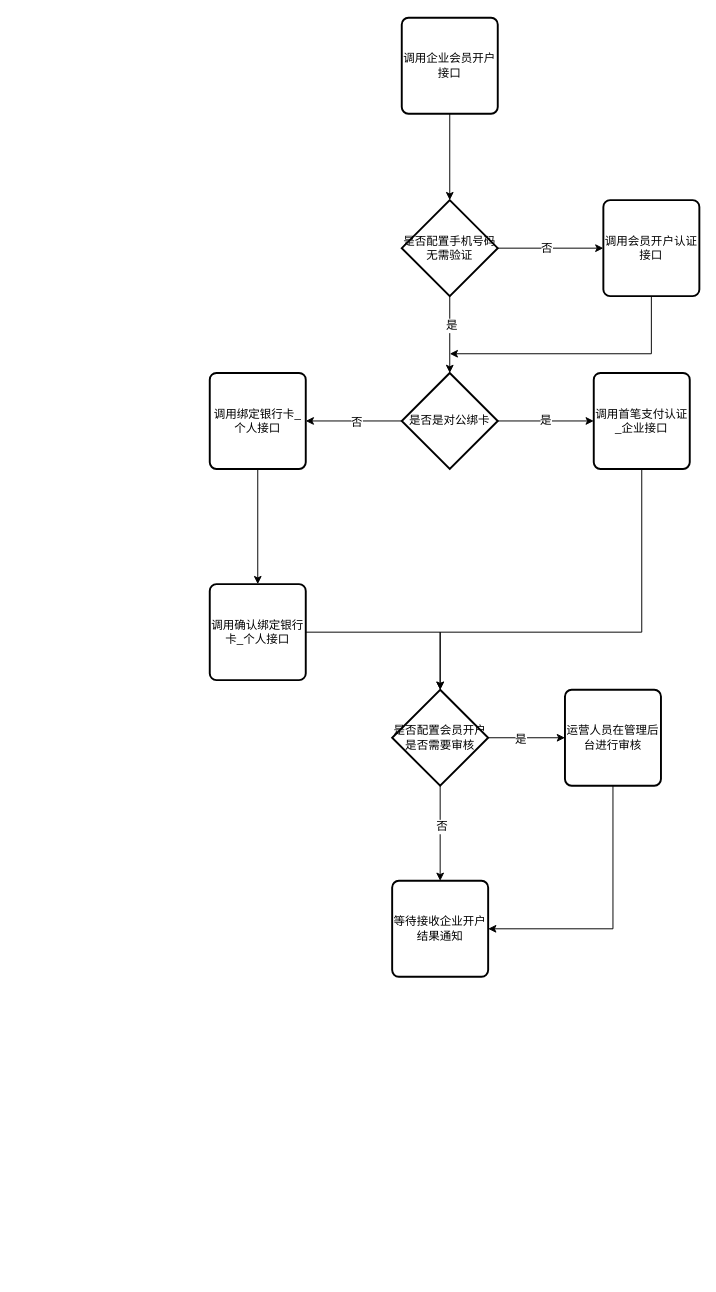
Above: page "企业会员/个体工商户" (2 of 2) of 商户资料-开户流程.drawio in waterStone528/job-lakala (draw.io), before the change. Source tidied: cells renumbered, new cells numbered last; positions are measured from the earlier drawing's top-left corner, leaving out a move shared by most shapes. Both pictures are drawn from the tidied source at 96%, with x=0, y=0 at pixel (209, 17).
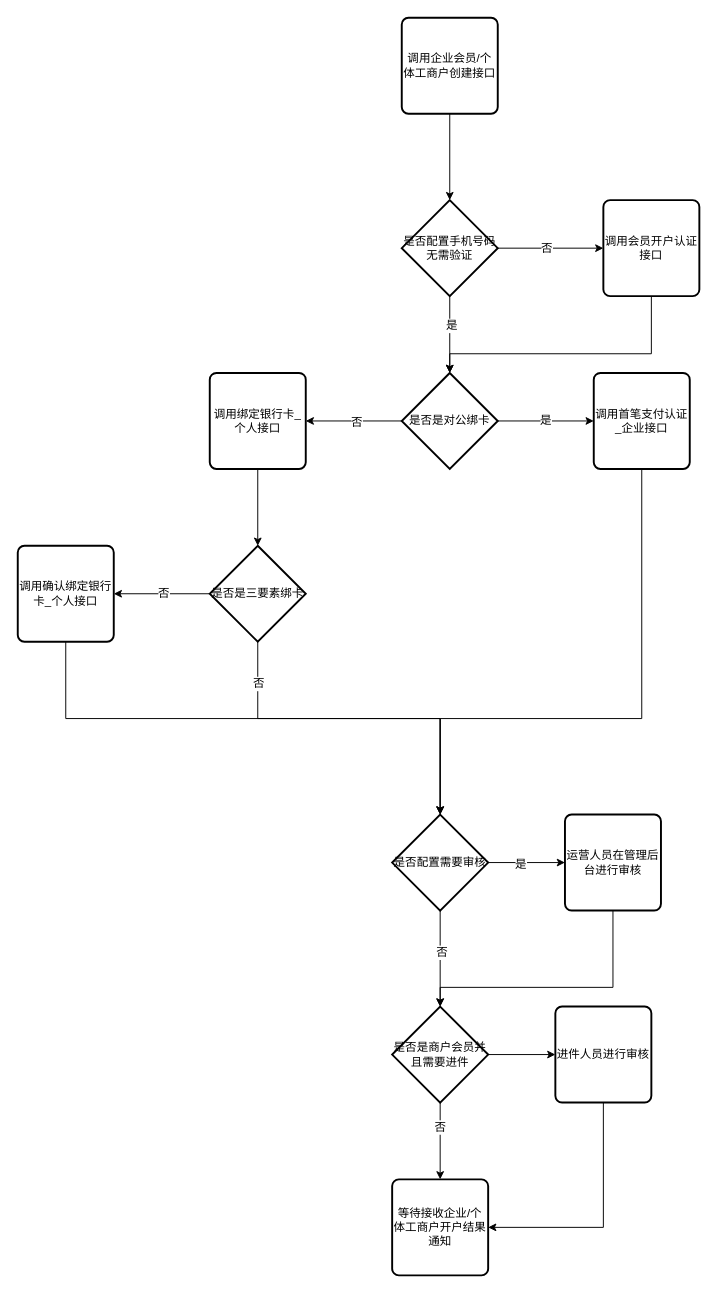
The same page after the edit.

Unchanged cells that the change refers to:
```xml
<mxCell id="13" value="是否是对公绑卡" style="strokeWidth=2;html=1;shape=mxgraph.flowchart.decision;whiteSpace=wrap;" parent="1" vertex="1">
  <mxGeometry x="200" y="370" width="100" height="100" as="geometry" />
</mxCell>
<mxCell id="15" value="调用会员开户认证接口" style="rounded=1;whiteSpace=wrap;html=1;absoluteArcSize=1;arcSize=14;strokeWidth=2;" parent="1" vertex="1">
  <mxGeometry x="410" y="190" width="100" height="100" as="geometry" />
</mxCell>
<mxCell id="17" value="调用绑定银行卡_个人接口" style="rounded=1;whiteSpace=wrap;html=1;absoluteArcSize=1;arcSize=14;strokeWidth=2;" parent="1" vertex="1">
  <mxGeometry y="370" width="100" height="100" as="geometry" />
</mxCell>
<mxCell id="29" value="调用首笔支付认证_企业接口" style="rounded=1;whiteSpace=wrap;html=1;absoluteArcSize=1;arcSize=14;strokeWidth=2;" parent="1" vertex="1">
  <mxGeometry x="400" y="370" width="100" height="100" as="geometry" />
</mxCell>
```

What changed in the source:
```diff
@@
-    <mxCell id="3" value="调用企业会员开户接口" style="rounded=1;whiteSpace=wrap;html=1;absoluteArcSize=1;arcSize=14;strokeWidth=2;" parent="1" vertex="1">
+    <mxCell id="3" value="调用企业会员/个体工商户创建接口" style="rounded=1;whiteSpace=wrap;html=1;absoluteArcSize=1;arcSize=14;strokeWidth=2;" parent="1" vertex="1">
       <mxGeometry x="200" width="100" height="100" as="geometry" />
     </mxCell>
@@
-    <mxCell id="14" style="edgeStyle=orthogonalEdgeStyle;rounded=0;jettySize=auto;html=1;" parent="1" edge="1" source="15">
+    <mxCell id="14" style="edgeStyle=orthogonalEdgeStyle;rounded=0;jettySize=auto;html=1;entryX=0.5;entryY=0;entryDx=0;entryDy=0;entryPerimeter=0;" parent="1" edge="1" source="15" target="13">
       <mxGeometry relative="1" as="geometry">
-        <mxPoint x="250" y="350" as="targetPoint" />
         <Array as="points">
           <mxPoint x="460" y="350" />
           <mxPoint x="250" y="350" />
         </Array>
       </mxGeometry>
     </mxCell>
@@
-    <mxCell id="16" style="edgeStyle=orthogonalEdgeStyle;rounded=0;jettySize=auto;html=1;entryX=0.5;entryY=0;entryDx=0;entryDy=0;" parent="1" edge="1" source="17" target="19">
-      <mxGeometry relative="1" as="geometry" />
-    </mxCell>
+    <mxCell id="30" style="edgeStyle=orthogonalEdgeStyle;rounded=0;jettySize=auto;html=1;" parent="1" edge="1" source="17" target="35">
+      <mxGeometry relative="1" as="geometry" />
+    </mxCell>
@@
     <mxCell id="18" style="edgeStyle=orthogonalEdgeStyle;rounded=0;jettySize=auto;html=1;" parent="1" edge="1" source="19" target="24">
-      <mxGeometry relative="1" as="geometry" />
+      <mxGeometry relative="1" as="geometry">
+        <Array as="points">
+          <mxPoint x="-150" y="730" />
+          <mxPoint x="240" y="730" />
+        </Array>
+      </mxGeometry>
     </mxCell>
     <mxCell id="19" value="调用确认绑定银行卡_个人接口" style="rounded=1;whiteSpace=wrap;html=1;absoluteArcSize=1;arcSize=14;strokeWidth=2;" parent="1" vertex="1">
-      <mxGeometry y="590" width="100" height="100" as="geometry" />
+      <mxGeometry x="-200" y="550" width="100" height="100" as="geometry" />
     </mxCell>
     <mxCell id="20" style="edgeStyle=orthogonalEdgeStyle;rounded=0;jettySize=auto;html=1;" parent="1" edge="1" source="24">
       <mxGeometry relative="1" as="geometry">
-        <mxPoint x="370" y="750" as="targetPoint" />
+        <mxPoint x="370" y="880" as="targetPoint" />
       </mxGeometry>
     </mxCell>
@@
-    <mxCell id="22" style="edgeStyle=orthogonalEdgeStyle;rounded=0;jettySize=auto;html=1;" parent="1" edge="1" source="24" target="27">
+    <mxCell id="22" style="edgeStyle=orthogonalEdgeStyle;rounded=0;jettySize=auto;html=1;entryX=0.5;entryY=0;entryDx=0;entryDy=0;entryPerimeter=0;" parent="1" edge="1" source="24" target="39">
       <mxGeometry relative="1" as="geometry" />
     </mxCell>
@@
-    <mxCell id="24" value="是否配置会员开户是否需要审核" style="strokeWidth=2;html=1;shape=mxgraph.flowchart.decision;whiteSpace=wrap;" parent="1" vertex="1">
-      <mxGeometry x="190" y="700" width="100" height="100" as="geometry" />
+    <mxCell id="24" value="是否配置需要审核" style="strokeWidth=2;html=1;shape=mxgraph.flowchart.decision;whiteSpace=wrap;" parent="1" vertex="1">
+      <mxGeometry x="190" y="830" width="100" height="100" as="geometry" />
     </mxCell>
-    <mxCell id="25" style="edgeStyle=orthogonalEdgeStyle;rounded=0;jettySize=auto;html=1;entryX=1;entryY=0.5;entryDx=0;entryDy=0;" parent="1" edge="1" source="26" target="27">
+    <mxCell id="25" style="edgeStyle=orthogonalEdgeStyle;rounded=0;jettySize=auto;html=1;entryX=0.5;entryY=0;entryDx=0;entryDy=0;entryPerimeter=0;" parent="1" edge="1" source="26" target="39">
       <mxGeometry relative="1" as="geometry">
         <Array as="points">
-          <mxPoint x="420" y="949" />
+          <mxPoint x="420" y="1010" />
+          <mxPoint x="240" y="1010" />
         </Array>
       </mxGeometry>
     </mxCell>
     <mxCell id="26" value="运营人员在管理后台进行审核" style="rounded=1;whiteSpace=wrap;html=1;absoluteArcSize=1;arcSize=14;strokeWidth=2;" parent="1" vertex="1">
-      <mxGeometry x="370" y="700" width="100" height="100" as="geometry" />
+      <mxGeometry x="370" y="830" width="100" height="100" as="geometry" />
     </mxCell>
-    <mxCell id="27" value="等待接收企业开户结果通知" style="rounded=1;whiteSpace=wrap;html=1;absoluteArcSize=1;arcSize=14;strokeWidth=2;" parent="1" vertex="1">
-      <mxGeometry x="190" y="899" width="100" height="100" as="geometry" />
+    <mxCell id="27" value="等待接收企业/个体工商户开户结果通知" style="rounded=1;whiteSpace=wrap;html=1;absoluteArcSize=1;arcSize=14;strokeWidth=2;" parent="1" vertex="1">
+      <mxGeometry x="190" y="1210" width="100" height="100" as="geometry" />
     </mxCell>
     <mxCell id="28" style="edgeStyle=orthogonalEdgeStyle;rounded=0;jettySize=auto;html=1;entryX=0.5;entryY=0;entryDx=0;entryDy=0;entryPerimeter=0;" parent="1" edge="1" source="29" target="24">
       <mxGeometry relative="1" as="geometry">
         <Array as="points">
-          <mxPoint x="450" y="640" />
-          <mxPoint x="240" y="640" />
+          <mxPoint x="450" y="730" />
+          <mxPoint x="240" y="730" />
         </Array>
       </mxGeometry>
     </mxCell>
@@
+    <mxCell id="31" style="edgeStyle=orthogonalEdgeStyle;rounded=0;jettySize=auto;html=1;entryX=1;entryY=0.5;entryDx=0;entryDy=0;" parent="1" edge="1" source="35" target="19">
+      <mxGeometry relative="1" as="geometry" />
+    </mxCell>
+    <mxCell id="32" value="否" style="text;html=1;align=center;verticalAlign=middle;labelBackgroundColor=#ffffff;" parent="31" vertex="1">
+      <mxGeometry x="-0.02" y="-1" relative="1" as="geometry" />
+    </mxCell>
+    <mxCell id="33" style="edgeStyle=orthogonalEdgeStyle;rounded=0;jettySize=auto;html=1;entryX=0.5;entryY=0;entryDx=0;entryDy=0;entryPerimeter=0;" parent="1" edge="1" source="35" target="24">
+      <mxGeometry relative="1" as="geometry">
+        <Array as="points">
+          <mxPoint x="50" y="730" />
+          <mxPoint x="240" y="730" />
+        </Array>
+      </mxGeometry>
+    </mxCell>
+    <mxCell id="34" value="否" style="text;html=1;align=center;verticalAlign=middle;labelBackgroundColor=#ffffff;" parent="33" vertex="1">
+      <mxGeometry x="-0.77" relative="1" as="geometry" />
+    </mxCell>
+    <mxCell id="35" value="是否是三要素绑卡" style="strokeWidth=2;html=1;shape=mxgraph.flowchart.decision;whiteSpace=wrap;" parent="1" vertex="1">
+      <mxGeometry y="550" width="100" height="100" as="geometry" />
+    </mxCell>
+    <mxCell id="36" style="edgeStyle=orthogonalEdgeStyle;rounded=0;jettySize=auto;html=1;entryX=0.5;entryY=0;entryDx=0;entryDy=0;" parent="1" edge="1" source="39" target="27">
+      <mxGeometry relative="1" as="geometry" />
+    </mxCell>
+    <mxCell id="37" value="否" style="text;html=1;align=center;verticalAlign=middle;labelBackgroundColor=#ffffff;" parent="36" vertex="1">
+      <mxGeometry x="-0.38" y="-1" relative="1" as="geometry" />
+    </mxCell>
+    <mxCell id="38" style="edgeStyle=orthogonalEdgeStyle;rounded=0;jettySize=auto;html=1;entryX=0;entryY=0.5;entryDx=0;entryDy=0;" parent="1" edge="1" source="39" target="41">
+      <mxGeometry relative="1" as="geometry" />
+    </mxCell>
+    <mxCell id="39" value="是否是商户会员并且需要进件" style="strokeWidth=2;html=1;shape=mxgraph.flowchart.decision;whiteSpace=wrap;" parent="1" vertex="1">
+      <mxGeometry x="190" y="1030" width="100" height="100" as="geometry" />
+    </mxCell>
+    <mxCell id="40" style="edgeStyle=orthogonalEdgeStyle;rounded=0;jettySize=auto;html=1;entryX=1;entryY=0.5;entryDx=0;entryDy=0;" parent="1" edge="1" source="41" target="27">
+      <mxGeometry relative="1" as="geometry">
+        <Array as="points">
+          <mxPoint x="410" y="1260" />
+        </Array>
+      </mxGeometry>
+    </mxCell>
+    <mxCell id="41" value="进件人员进行审核" style="rounded=1;whiteSpace=wrap;html=1;absoluteArcSize=1;arcSize=14;strokeWidth=2;" parent="1" vertex="1">
+      <mxGeometry x="360" y="1030" width="100" height="100" as="geometry" />
+    </mxCell>
```
